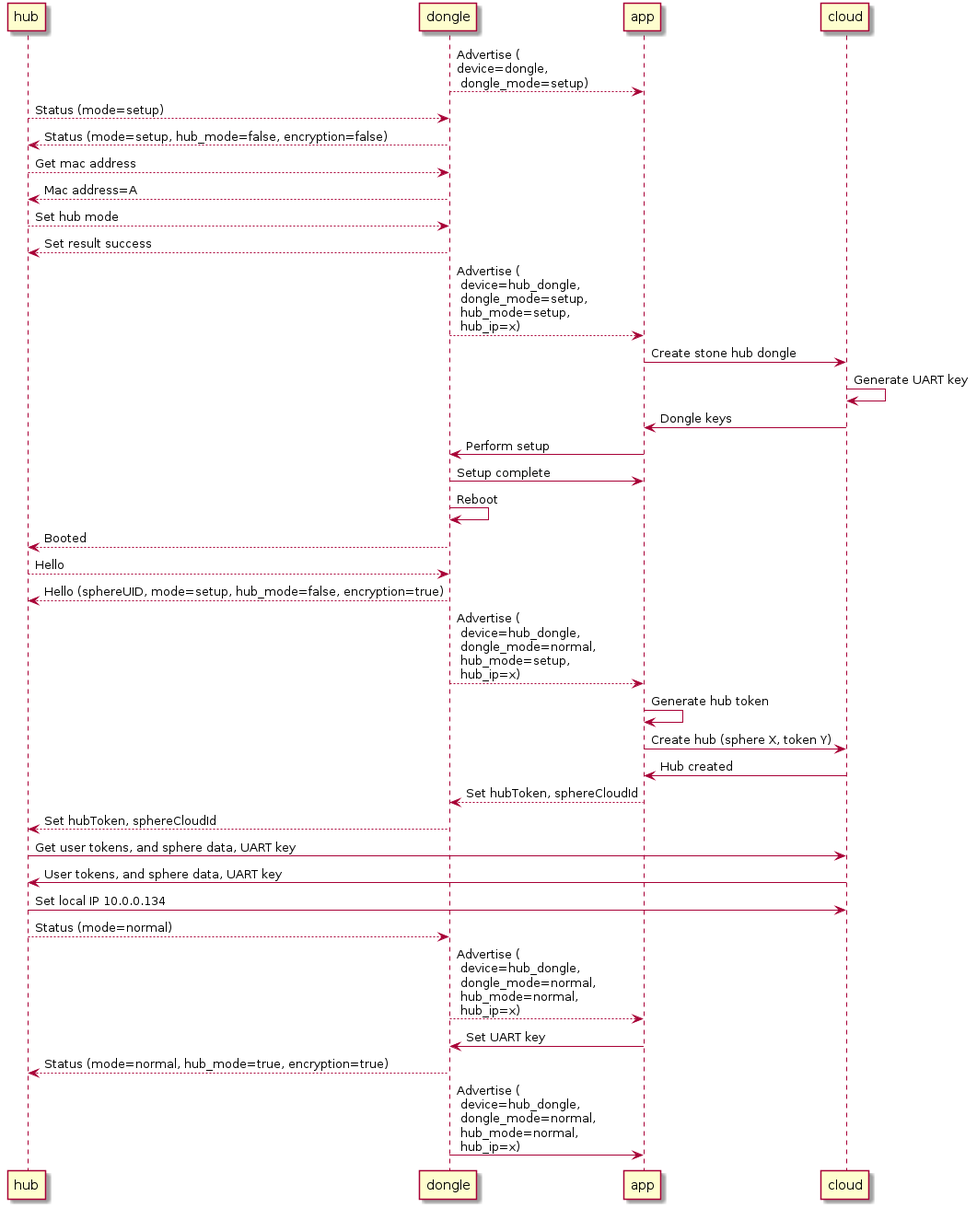
Above: doc/uml-setup-ble.png in Crownstone-Community/hub (PlantUML), before the change.
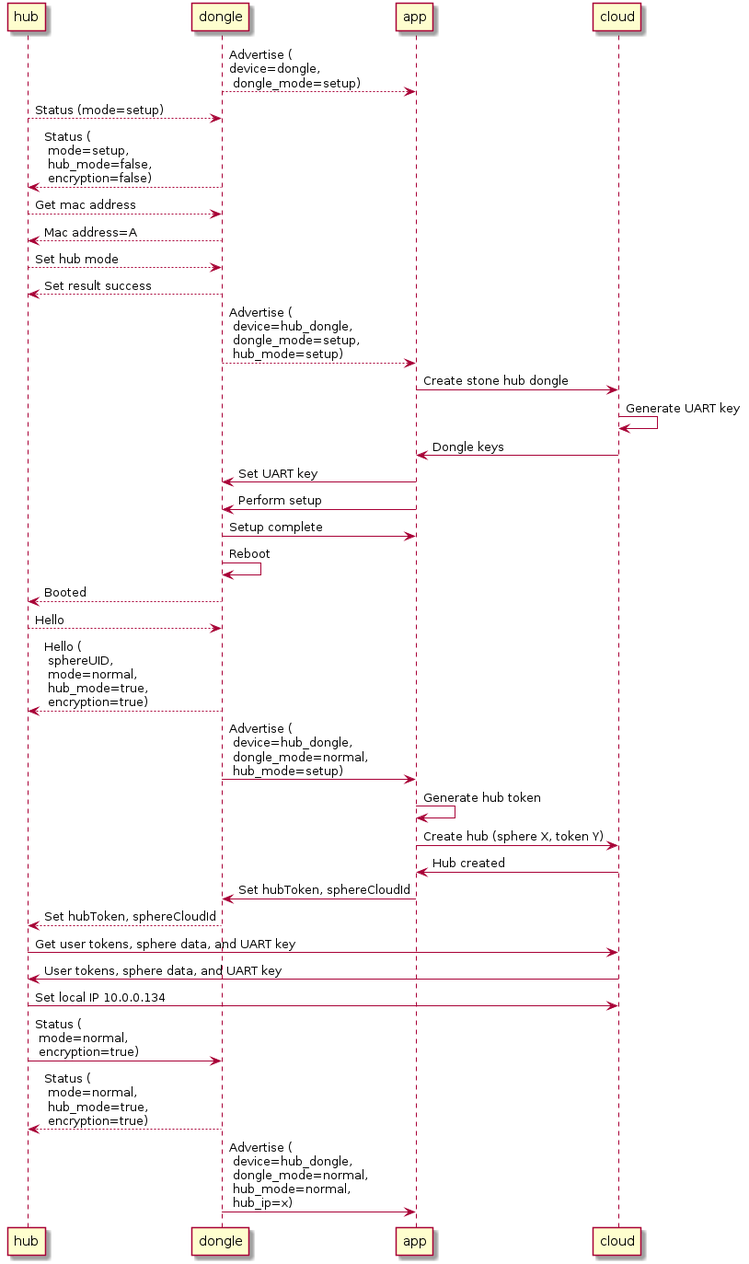
The same diagram one commit later.

Commit message:
Updated setup uml.

Change to the diagram source:
```diff
@@ -6,39 +6,38 @@
 
 dongle --> app : Advertise (\ndevice=dongle,\n dongle_mode=setup)
 hub --> dongle : Status (mode=setup)
-dongle --> hub : Status (mode=setup, hub_mode=false, encryption=false)
+dongle --> hub : Status (\n mode=setup,\n hub_mode=false,\n encryption=false)
 
 hub --> dongle : Get mac address
 dongle --> hub : Mac address=A
 
 hub --> dongle : Set hub mode
 dongle --> hub : Set result success
-dongle --> app : Advertise (\n device=hub_dongle,\n dongle_mode=setup,\n hub_mode=setup,\n hub_ip=x)
+dongle --> app : Advertise (\n device=hub_dongle,\n dongle_mode=setup,\n hub_mode=setup)
 
 app -> cloud : Create stone hub dongle
 cloud -> cloud : Generate UART key
 cloud -> app : Dongle keys
+app -> dongle : Set UART key
 app -> dongle : Perform setup
 dongle -> app : Setup complete
-dongle -> dongle: Reboot
-dongle --> hub: Booted
-hub --> dongle: Hello
-dongle --> hub: Hello (sphereUID, mode=setup, hub_mode=false, encryption=true)
-dongle --> app: Advertise (\n device=hub_dongle,\n dongle_mode=normal,\n hub_mode=setup,\n hub_ip=x)
+dongle -> dongle : Reboot
+dongle --> hub : Booted
+hub --> dongle : Hello
+dongle --> hub : Hello (\n sphereUID,\n mode=normal,\n hub_mode=true,\n encryption=true)
+dongle -> app: Advertise (\n device=hub_dongle,\n dongle_mode=normal,\n hub_mode=setup)
 
 app -> app : Generate hub token
 app -> cloud : Create hub (sphere X, token Y)
 cloud -> app: Hub created
-app --> dongle: Set hubToken, sphereCloudId
+app -> dongle: Set hubToken, sphereCloudId
 dongle --> hub: Set hubToken, sphereCloudId
-hub -> cloud : Get user tokens, and sphere data, UART key
-cloud -> hub : User tokens, and sphere data, UART key
+hub -> cloud : Get user tokens, sphere data, and UART key
+cloud -> hub : User tokens, sphere data, and UART key
 hub -> cloud : Set local IP 10.0.0.134
-hub --> dongle : Status (mode=normal)
-dongle --> app : Advertise (\n device=hub_dongle,\n dongle_mode=normal,\n hub_mode=normal,\n hub_ip=x)
 
-app -> dongle : Set UART key
-dongle --> hub : Status (mode=normal, hub_mode=true, encryption=true)
+hub -> dongle : Status (\n mode=normal,\n encryption=true)
+dongle --> hub : Status (\n mode=normal,\n hub_mode=true,\n encryption=true)
+dongle -> app : Advertise (\n device=hub_dongle,\n dongle_mode=normal,\n hub_mode=normal,\n hub_ip=x)
 
-dongle -> app : Advertise (\n device=hub_dongle,\n dongle_mode=normal,\n hub_mode=normal,\n hub_ip=x)
 @enduml
```
